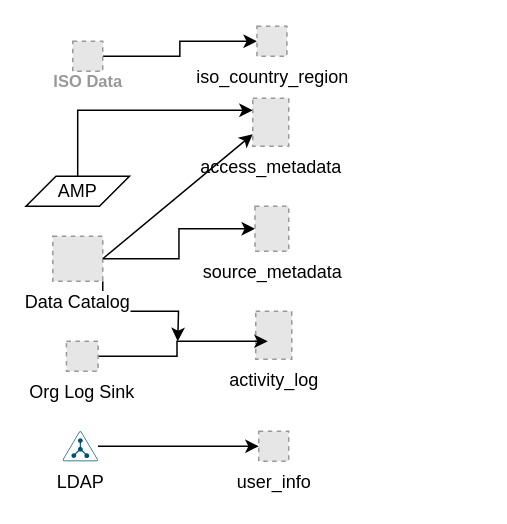
Before: splunk_performance_improvement.drawio in zikzakjack/draw.io, a draw.io diagram. Source tidied: cells renumbered, new cells numbered last; positions are measured from the earlier drawing's top-left corner, leaving out a move shared by most shapes. Both pictures are drawn from the tidied source at 150%, with x=0, y=0 at pixel (26, 26). Pictures stored in the file or linked from it are replaced by grey dashed boxes.
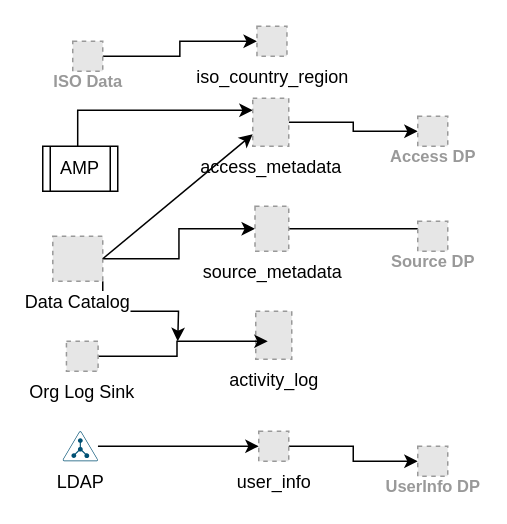
Above is the later version.

The change refers to these unchanged cells:
```xml
<mxCell id="11" value="access_metadata" style="fillColor=#E6E6E6;strokeColor=#999999;dashed=1;html=1;verticalLabelPosition=bottom;labelBackgroundColor=#ffffff;verticalAlign=top;" parent="1" vertex="1">
  <mxGeometry x="151" y="48" width="24" height="32" as="geometry" />
</mxCell>
<mxCell id="12" value="source_metadata" style="fillColor=#E6E6E6;strokeColor=#999999;dashed=1;html=1;verticalLabelPosition=bottom;labelBackgroundColor=#ffffff;verticalAlign=top;" parent="1" vertex="1">
  <mxGeometry x="152.5" y="120" width="22.5" height="30" as="geometry" />
</mxCell>
<mxCell id="15" value="user_info" style="fillColor=#E6E6E6;strokeColor=#999999;dashed=1;html=1;verticalLabelPosition=bottom;labelBackgroundColor=#ffffff;verticalAlign=top;" parent="1" vertex="1">
  <mxGeometry x="155" y="270" width="20" height="20" as="geometry" />
</mxCell>
```

What changed in the source:
```diff
@@
-    <mxCell id="4" style="edgeStyle=orthogonalEdgeStyle;rounded=0;jettySize=auto;html=1;entryX=0;entryY=0.25;entryDx=0;entryDy=0;" parent="1" edge="1" source="5" target="11">
+    <mxCell id="4" style="edgeStyle=orthogonalEdgeStyle;rounded=0;jettySize=auto;html=1;entryX=0;entryY=0.25;entryDx=0;entryDy=0;" parent="1" edge="1" target="11">
       <mxGeometry relative="1" as="geometry">
+        <mxPoint x="34.3" y="100" as="sourcePoint" />
         <Array as="points">
           <mxPoint x="34" y="56" />
         </Array>
       </mxGeometry>
     </mxCell>
-    <mxCell id="5" value="AMP" style="shape=parallelogram;perimeter=parallelogramPerimeter;whiteSpace=wrap;html=1;fixedSize=1;" parent="1" vertex="1">
-      <mxGeometry x="-0.2" y="100" width="69" height="20" as="geometry" />
-    </mxCell>
@@
+    <mxCell id="19" style="edgeStyle=orthogonalEdgeStyle;rounded=0;jettySize=auto;html=1;" parent="1" edge="1" source="11" target="22">
+      <mxGeometry relative="1" as="geometry" />
+    </mxCell>
@@
+    <mxCell id="20" style="edgeStyle=orthogonalEdgeStyle;rounded=0;jettySize=auto;html=1;exitX=1;exitY=0.5;exitDx=0;exitDy=0;entryX=0.5;entryY=0;entryDx=0;entryDy=0;" parent="1" edge="1" source="12" target="23">
+      <mxGeometry relative="1" as="geometry">
+        <Array as="points">
+          <mxPoint x="271" y="135" />
+        </Array>
+      </mxGeometry>
+    </mxCell>
@@
+    <mxCell id="21" style="edgeStyle=orthogonalEdgeStyle;rounded=0;jettySize=auto;html=1;" parent="1" edge="1" source="15" target="24">
+      <mxGeometry relative="1" as="geometry" />
+    </mxCell>
@@
+    <mxCell id="22" value="Access DP" style="fillColor=#E6E6E6;strokeColor=#999999;dashed=1;html=1;verticalAlign=top;labelPosition=center;verticalLabelPosition=bottom;align=center;spacingTop=-6;fontSize=11;fontStyle=1;fontColor=#999999;" parent="1" vertex="1">
+      <mxGeometry x="261" y="60" width="20" height="20" as="geometry" />
+    </mxCell>
+    <mxCell id="23" value="Source DP" style="fillColor=#E6E6E6;strokeColor=#999999;dashed=1;html=1;verticalAlign=top;labelPosition=center;verticalLabelPosition=bottom;align=center;spacingTop=-6;fontSize=11;fontStyle=1;fontColor=#999999;" parent="1" vertex="1">
+      <mxGeometry x="261" y="130" width="20" height="20" as="geometry" />
+    </mxCell>
+    <mxCell id="24" value="UserInfo DP" style="fillColor=#E6E6E6;strokeColor=#999999;dashed=1;html=1;verticalAlign=top;labelPosition=center;verticalLabelPosition=bottom;align=center;spacingTop=-6;fontSize=11;fontStyle=1;fontColor=#999999;" parent="1" vertex="1">
+      <mxGeometry x="261" y="280" width="20" height="20" as="geometry" />
+    </mxCell>
+    <mxCell id="5" value="AMP" style="shape=process;whiteSpace=wrap;html=1;backgroundOutline=1;" parent="1" vertex="1">
+      <mxGeometry x="11" y="80" width="50" height="30" as="geometry" />
+    </mxCell>
```
